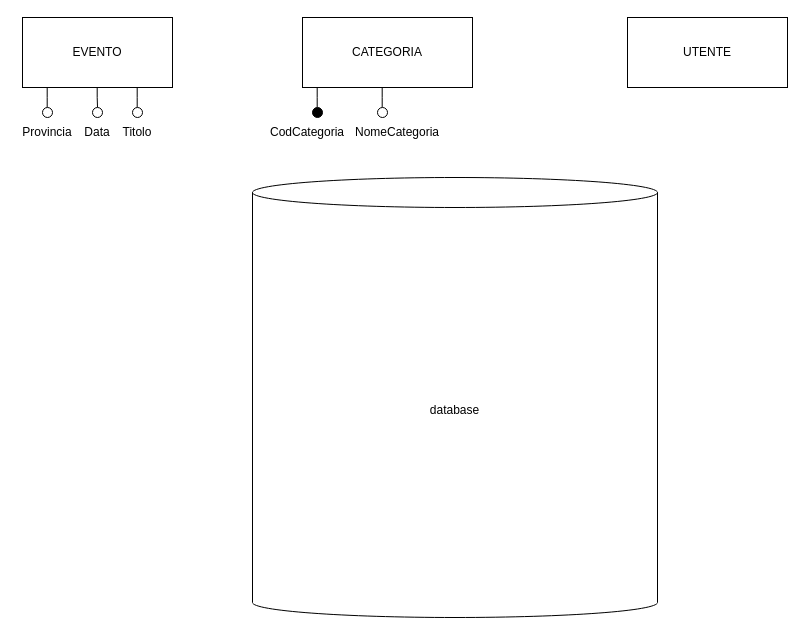
Before: er.drawio in sac11221/mercuriouda, a draw.io diagram. Source tidied: cells renumbered, new cells numbered last; positions are measured from the earlier drawing's top-left corner, leaving out a move shared by most shapes. Both pictures are drawn from the tidied source at 100%, with x=0, y=0 at pixel (17, 17).
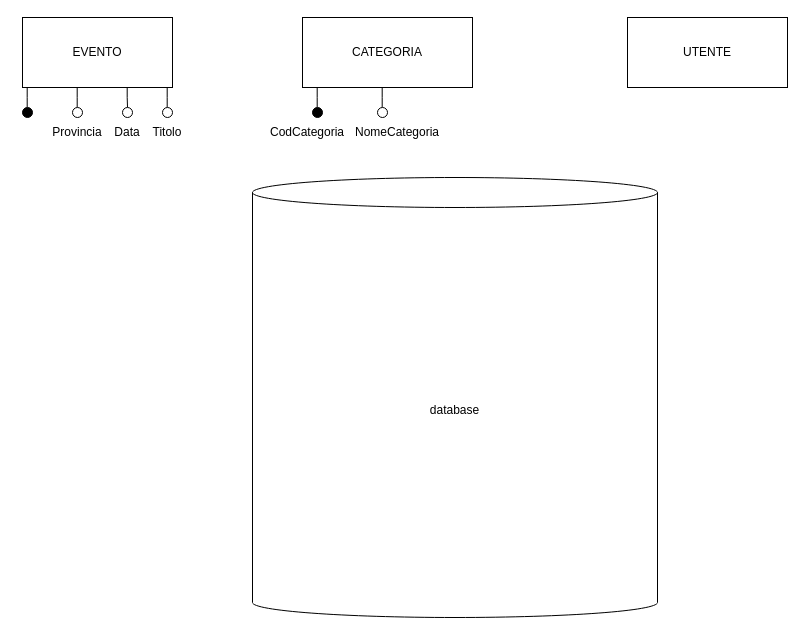
After the change.

Change to the diagram source:
```diff
@@
     <mxCell id="3" style="endArrow=none;html=1;rounded=0;" parent="1" edge="1">
       <mxGeometry relative="1" as="geometry">
-        <mxPoint x="29.7" y="90" as="sourcePoint" />
-        <mxPoint x="29.7" y="70" as="targetPoint" />
+        <mxPoint x="59.7" y="90" as="sourcePoint" />
+        <mxPoint x="59.7" y="70" as="targetPoint" />
         <Array as="points">
-          <mxPoint x="29.7" y="80" />
+          <mxPoint x="59.7" y="80" />
         </Array>
       </mxGeometry>
     </mxCell>
     <mxCell id="4" style="ellipse;whiteSpace=wrap;html=1;" parent="1" vertex="1">
-      <mxGeometry x="25" y="90" width="10" height="10" as="geometry" />
+      <mxGeometry x="55" y="90" width="10" height="10" as="geometry" />
     </mxCell>
     <mxCell id="5" value="Provincia" style="text;html=1;align=center;verticalAlign=middle;whiteSpace=wrap;rounded=0;" parent="1" vertex="1">
-      <mxGeometry y="100" width="60" height="30" as="geometry" />
+      <mxGeometry x="30" y="100" width="60" height="30" as="geometry" />
     </mxCell>
     <mxCell id="6" style="endArrow=none;html=1;rounded=0;" parent="1" edge="1" source="7">
       <mxGeometry relative="1" as="geometry">
-        <mxPoint x="79.7" y="70" as="targetPoint" />
+        <mxPoint x="109.7" y="70" as="targetPoint" />
         <Array as="points">
-          <mxPoint x="79.7" y="80" />
+          <mxPoint x="109.7" y="80" />
         </Array>
       </mxGeometry>
     </mxCell>
     <mxCell id="7" style="ellipse;whiteSpace=wrap;html=1;" parent="1" vertex="1">
-      <mxGeometry x="75" y="90" width="10" height="10" as="geometry" />
+      <mxGeometry x="105" y="90" width="10" height="10" as="geometry" />
     </mxCell>
     <mxCell id="8" value="Data" style="text;html=1;align=center;verticalAlign=middle;whiteSpace=wrap;rounded=0;" parent="1" vertex="1">
-      <mxGeometry x="50" y="100" width="60" height="30" as="geometry" />
+      <mxGeometry x="80" y="100" width="60" height="30" as="geometry" />
     </mxCell>
     <mxCell id="9" style="endArrow=none;html=1;rounded=0;" parent="1" edge="1">
       <mxGeometry relative="1" as="geometry">
-        <mxPoint x="119.7" y="90" as="sourcePoint" />
-        <mxPoint x="119.7" y="70" as="targetPoint" />
+        <mxPoint x="149.7" y="90" as="sourcePoint" />
+        <mxPoint x="149.7" y="70" as="targetPoint" />
         <Array as="points">
-          <mxPoint x="119.7" y="80" />
+          <mxPoint x="149.7" y="80" />
         </Array>
       </mxGeometry>
     </mxCell>
     <mxCell id="10" style="ellipse;whiteSpace=wrap;html=1;" parent="1" vertex="1">
-      <mxGeometry x="115" y="90" width="10" height="10" as="geometry" />
+      <mxGeometry x="145" y="90" width="10" height="10" as="geometry" />
     </mxCell>
     <mxCell id="11" value="Titolo" style="text;html=1;align=center;verticalAlign=middle;whiteSpace=wrap;rounded=0;" parent="1" vertex="1">
-      <mxGeometry x="90" y="100" width="60" height="30" as="geometry" />
+      <mxGeometry x="120" y="100" width="60" height="30" as="geometry" />
     </mxCell>
@@
+    <mxCell id="21" style="endArrow=none;html=1;rounded=0;" parent="1" edge="1">
+      <mxGeometry relative="1" as="geometry">
+        <mxPoint x="9.7" y="90" as="sourcePoint" />
+        <mxPoint x="9.7" y="70" as="targetPoint" />
+        <Array as="points">
+          <mxPoint x="9.7" y="80" />
+        </Array>
+      </mxGeometry>
+    </mxCell>
@@
+    <mxCell id="22" style="ellipse;whiteSpace=wrap;html=1;gradientColor=none;fillColor=#000000;" parent="1" vertex="1">
+      <mxGeometry x="5" y="90" width="10" height="10" as="geometry" />
+    </mxCell>
```
